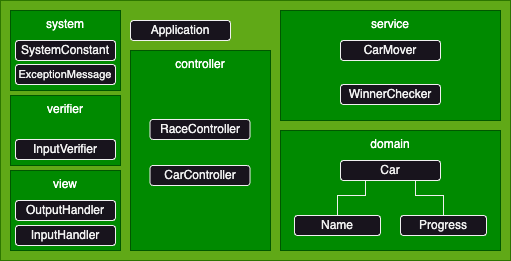
Above: docs/images/다이어그램.png in woowacourse-precourse/java-racingcar-6 (draw.io), before the change. Source tidied: cells renumbered, new cells last; positions are measured from the earlier drawing's top-left corner, leaving out a move shared by most shapes. The source it was exported from:
```xml
<mxGraphModel>
  <root>
    <mxCell id="0" />
    <mxCell id="1" parent="0" />
    <mxCell id="2" style="rounded=0;whiteSpace=wrap;html=1;fillColor=#60a917;fontColor=#ffffff;strokeColor=#2D7600;" parent="1" vertex="1">
      <mxGeometry width="510" height="260" as="geometry" />
    </mxCell>
    <mxCell id="3" value="controller" style="rounded=0;whiteSpace=wrap;html=1;fillColor=#008a00;fontColor=#ffffff;strokeColor=#005700;verticalAlign=top;" parent="1" vertex="1">
      <mxGeometry x="130" y="50" width="140" height="200" as="geometry" />
    </mxCell>
    <mxCell id="4" value="view" style="rounded=0;whiteSpace=wrap;html=1;fillColor=#008a00;fontColor=#ffffff;strokeColor=#005700;verticalAlign=top;" parent="1" vertex="1">
      <mxGeometry x="10" y="170" width="110" height="80" as="geometry" />
    </mxCell>
    <mxCell id="5" value="InputHandler" style="rounded=1;whiteSpace=wrap;html=1;" parent="1" vertex="1">
      <mxGeometry x="15" y="225" width="100" height="20" as="geometry" />
    </mxCell>
    <mxCell id="6" value="OutputHandler" style="rounded=1;whiteSpace=wrap;html=1;" parent="1" vertex="1">
      <mxGeometry x="15" y="200" width="100" height="20" as="geometry" />
    </mxCell>
    <mxCell id="7" value="domain" style="rounded=0;whiteSpace=wrap;html=1;fillColor=#008a00;fontColor=#ffffff;strokeColor=#005700;verticalAlign=top;" parent="1" vertex="1">
      <mxGeometry x="280" y="130" width="220" height="120" as="geometry" />
    </mxCell>
    <mxCell id="8" value="Car" style="rounded=1;whiteSpace=wrap;html=1;" parent="1" vertex="1">
      <mxGeometry x="340" y="160" width="100" height="20" as="geometry" />
    </mxCell>
    <mxCell id="9" style="edgeStyle=orthogonalEdgeStyle;rounded=0;jettySize=auto;html=1;exitX=0.5;exitY=0;exitDx=0;exitDy=0;entryX=0.25;entryY=1;entryDx=0;entryDy=0;endArrow=none;endFill=0;" parent="1" edge="1" source="10" target="8">
      <mxGeometry relative="1" as="geometry" />
    </mxCell>
    <mxCell id="10" value="Name" style="rounded=1;whiteSpace=wrap;html=1;" parent="1" vertex="1">
      <mxGeometry x="294" y="215" width="86" height="20" as="geometry" />
    </mxCell>
    <mxCell id="11" style="edgeStyle=orthogonalEdgeStyle;rounded=0;jettySize=auto;html=1;exitX=0.5;exitY=0;exitDx=0;exitDy=0;entryX=0.75;entryY=1;entryDx=0;entryDy=0;endArrow=none;endFill=0;" parent="1" edge="1" source="12" target="8">
      <mxGeometry relative="1" as="geometry" />
    </mxCell>
    <mxCell id="12" value="Progress" style="rounded=1;whiteSpace=wrap;html=1;" parent="1" vertex="1">
      <mxGeometry x="400" y="215" width="86" height="20" as="geometry" />
    </mxCell>
    <mxCell id="13" value="service" style="rounded=0;whiteSpace=wrap;html=1;fillColor=#008a00;fontColor=#ffffff;strokeColor=#005700;verticalAlign=top;" parent="1" vertex="1">
      <mxGeometry x="280" y="10" width="220" height="110" as="geometry" />
    </mxCell>
    <mxCell id="14" value="system" style="rounded=0;whiteSpace=wrap;html=1;fillColor=#008a00;fontColor=#ffffff;strokeColor=#005700;verticalAlign=top;" parent="1" vertex="1">
      <mxGeometry x="10" y="10" width="110" height="80" as="geometry" />
    </mxCell>
    <mxCell id="15" value="&lt;font style=&quot;font-size: 11px;&quot;&gt;ExceptionMessage&lt;/font&gt;" style="rounded=1;whiteSpace=wrap;html=1;" parent="1" vertex="1">
      <mxGeometry x="15" y="64" width="100" height="20" as="geometry" />
    </mxCell>
    <mxCell id="16" value="SystemConstant" style="rounded=1;whiteSpace=wrap;html=1;" parent="1" vertex="1">
      <mxGeometry x="15" y="40" width="100" height="20" as="geometry" />
    </mxCell>
    <mxCell id="17" value="verifier" style="rounded=0;whiteSpace=wrap;html=1;fillColor=#008a00;fontColor=#ffffff;strokeColor=#005700;verticalAlign=top;" parent="1" vertex="1">
      <mxGeometry x="10" y="95" width="110" height="70" as="geometry" />
    </mxCell>
    <mxCell id="18" value="InputVerifier" style="rounded=1;whiteSpace=wrap;html=1;" parent="1" vertex="1">
      <mxGeometry x="15" y="139" width="100" height="20" as="geometry" />
    </mxCell>
    <mxCell id="19" value="RaceController" style="rounded=1;whiteSpace=wrap;html=1;" parent="1" vertex="1">
      <mxGeometry x="149.5" y="119" width="100" height="20" as="geometry" />
    </mxCell>
    <mxCell id="20" value="CarMover" style="rounded=1;whiteSpace=wrap;html=1;" parent="1" vertex="1">
      <mxGeometry x="340" y="40" width="100" height="20" as="geometry" />
    </mxCell>
    <mxCell id="21" value="Application" style="rounded=1;whiteSpace=wrap;html=1;" parent="1" vertex="1">
      <mxGeometry x="130" y="20" width="100" height="20" as="geometry" />
    </mxCell>
    <mxCell id="22" value="CarController" style="rounded=1;whiteSpace=wrap;html=1;" parent="1" vertex="1">
      <mxGeometry x="149.5" y="165" width="100" height="20" as="geometry" />
    </mxCell>
    <mxCell id="23" value="WinnerChecker" style="rounded=1;whiteSpace=wrap;html=1;" parent="1" vertex="1">
      <mxGeometry x="340" y="84" width="100" height="20" as="geometry" />
    </mxCell>
  </root>
</mxGraphModel>
```
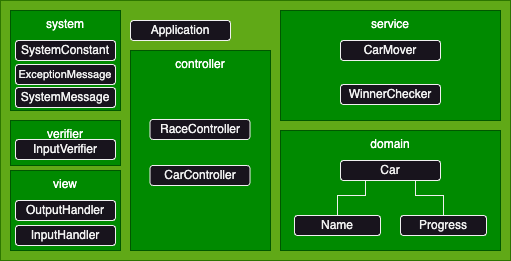
Above is the later version.

Commit message:
feat(SystemMessage): 출력 문자열을 상수형태로 저장하는 열거형 구현

Diff of the diagram source:
```diff
@@ -39,7 +39,7 @@
       <mxGeometry x="280" y="10" width="220" height="110" as="geometry" />
     </mxCell>
     <mxCell id="14" value="system" style="rounded=0;whiteSpace=wrap;html=1;fillColor=#008a00;fontColor=#ffffff;strokeColor=#005700;verticalAlign=top;" parent="1" vertex="1">
-      <mxGeometry x="10" y="10" width="110" height="80" as="geometry" />
+      <mxGeometry x="10" y="10" width="110" height="100" as="geometry" />
     </mxCell>
     <mxCell id="15" value="&lt;font style=&quot;font-size: 11px;&quot;&gt;ExceptionMessage&lt;/font&gt;" style="rounded=1;whiteSpace=wrap;html=1;" parent="1" vertex="1">
       <mxGeometry x="15" y="64" width="100" height="20" as="geometry" />
@@ -48,7 +48,7 @@
       <mxGeometry x="15" y="40" width="100" height="20" as="geometry" />
     </mxCell>
     <mxCell id="17" value="verifier" style="rounded=0;whiteSpace=wrap;html=1;fillColor=#008a00;fontColor=#ffffff;strokeColor=#005700;verticalAlign=top;" parent="1" vertex="1">
-      <mxGeometry x="10" y="95" width="110" height="70" as="geometry" />
+      <mxGeometry x="10" y="120" width="110" height="45" as="geometry" />
     </mxCell>
     <mxCell id="18" value="InputVerifier" style="rounded=1;whiteSpace=wrap;html=1;" parent="1" vertex="1">
       <mxGeometry x="15" y="139" width="100" height="20" as="geometry" />
@@ -68,5 +68,8 @@
     <mxCell id="23" value="WinnerChecker" style="rounded=1;whiteSpace=wrap;html=1;" parent="1" vertex="1">
       <mxGeometry x="340" y="84" width="100" height="20" as="geometry" />
     </mxCell>
+    <mxCell id="24" value="&lt;font style=&quot;font-size: 12px;&quot;&gt;SystemMessage&lt;/font&gt;" style="rounded=1;whiteSpace=wrap;html=1;" parent="1" vertex="1">
+      <mxGeometry x="15" y="87" width="100" height="20" as="geometry" />
+    </mxCell>
   </root>
 </mxGraphModel>
```
